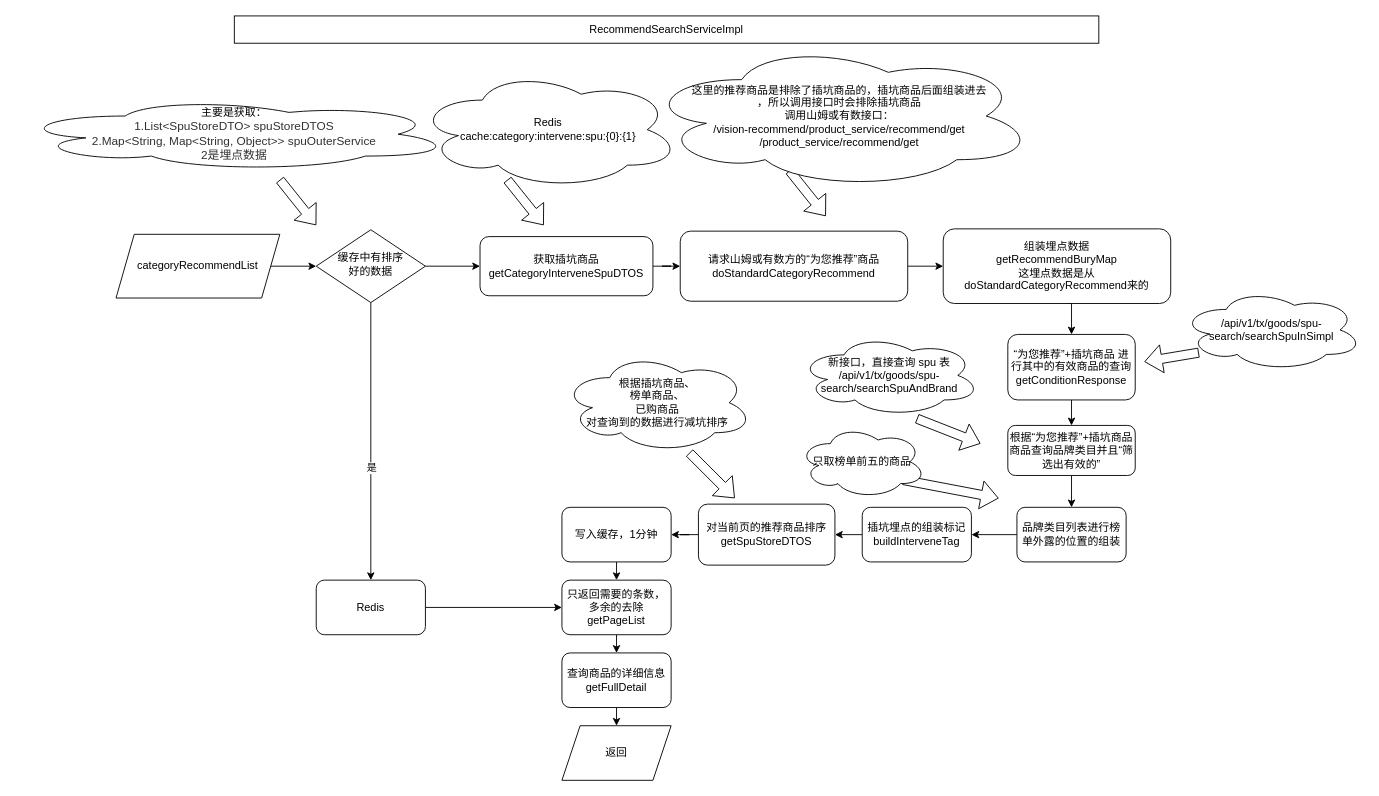
Before: api/v1/sams/goods-sr-portal/categoryRecommendList/categoryRecommendList.drawio in xiehaixin/diagram-images, a draw.io diagram. Source tidied: cells renumbered, new cells numbered last; positions are measured from the earlier drawing's top-left corner, leaving out a move shared by most shapes. Both pictures are drawn from the tidied source at 91%, with x=0, y=0 at pixel (15, 15).
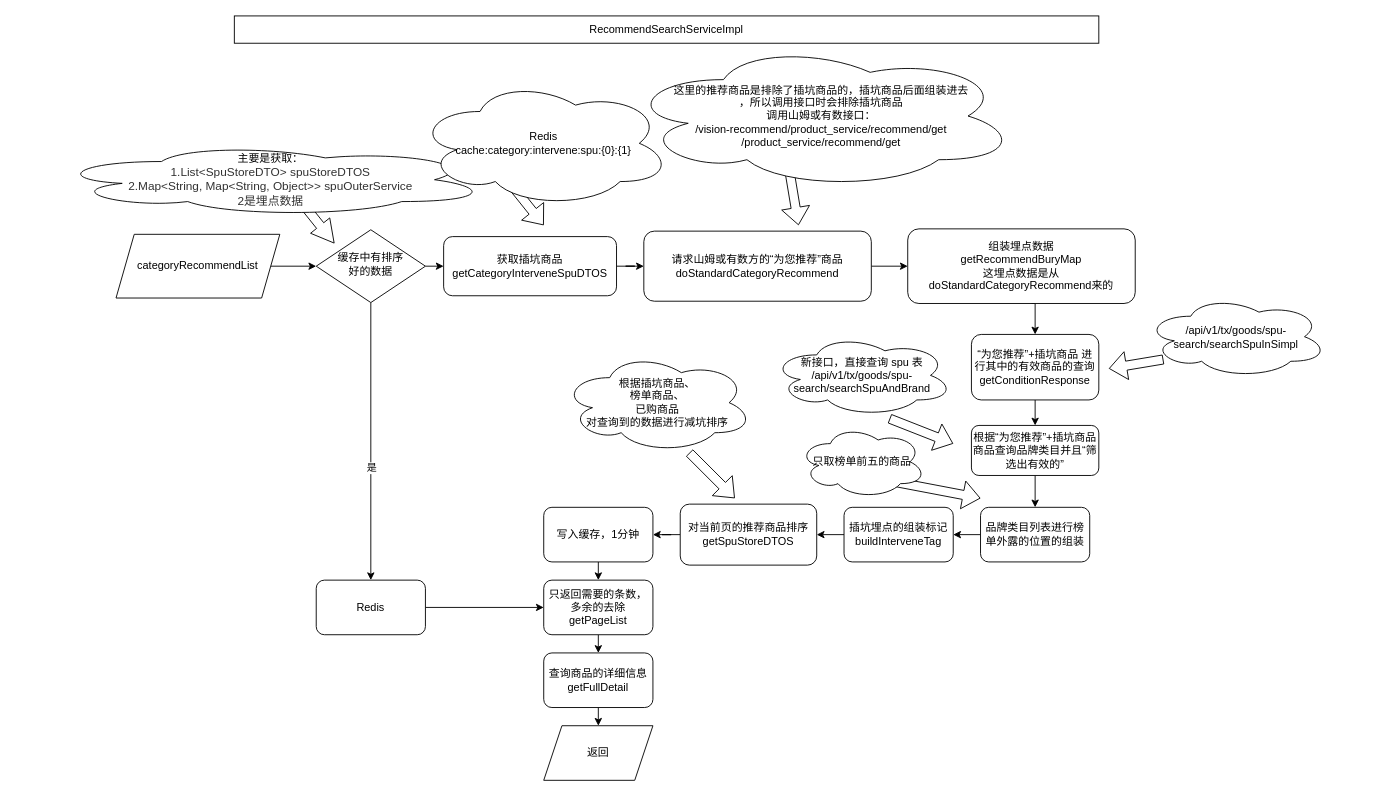
After the change.

What changed in the source:
```diff
@@
-    <mxCell id="8" value="主要是获取：&lt;div style=&quot;resize: none; outline: none; font-size: 13px; color: rgb(50, 50, 50); font-family: 微软雅黑;&quot;&gt;1.List&amp;lt;SpuStoreDTO&amp;gt;&amp;nbsp;spuStoreDTOS&lt;/div&gt;&lt;div style=&quot;resize: none; outline: none; font-size: 13px; color: rgb(50, 50, 50); font-family: 微软雅黑;&quot;&gt;2.Map&amp;lt;String,&amp;nbsp;Map&amp;lt;String,&amp;nbsp;Object&amp;gt;&amp;gt;&amp;nbsp;spuOuterService&lt;/div&gt;&lt;div style=&quot;resize: none; outline: none; font-size: 13px; color: rgb(50, 50, 50); font-family: 微软雅黑;&quot;&gt;2是埋点数据&lt;/div&gt;" style="ellipse;shape=cloud;whiteSpace=wrap;html=1;" parent="1" vertex="1">
-      <mxGeometry y="90" width="480" height="80" as="geometry" />
-    </mxCell>
-    <mxCell id="9" style="shape=flexArrow;endArrow=classic;html=1;rounded=0;" parent="1" edge="1">
+    <mxCell id="9" style="shape=flexArrow;endArrow=classic;html=1;rounded=0;endWidth=16;endSize=7.87;" parent="1" edge="1">
       <mxGeometry relative="1" as="geometry">
-        <mxPoint x="290" y="180" as="sourcePoint" />
-        <mxPoint x="330" y="230" as="targetPoint" />
+        <mxPoint x="310" y="200" as="sourcePoint" />
+        <mxPoint x="350" y="250" as="targetPoint" />
       </mxGeometry>
     </mxCell>
@@
     <mxCell id="13" value="&lt;div&gt;获取插坑商品&lt;/div&gt;&lt;div&gt;getCategoryInterveneSpuDTOS&lt;/div&gt;" style="rounded=1;whiteSpace=wrap;html=1;" parent="1" vertex="1">
-      <mxGeometry x="510" y="242.5" width="190" height="65" as="geometry" />
+      <mxGeometry x="470" y="242.5" width="190" height="65" as="geometry" />
     </mxCell>
-    <mxCell id="14" value="&lt;div&gt;Redis&lt;/div&gt;cache:category:intervene:spu:{0}:{1}" style="ellipse;shape=cloud;whiteSpace=wrap;html=1;" parent="1" vertex="1">
-      <mxGeometry x="440" y="60" width="290" height="130" as="geometry" />
-    </mxCell>
@@
     <mxCell id="17" value="&lt;div&gt;请求山姆或有数方的“为您推荐”商品&lt;/div&gt;&lt;div&gt;doStandardCategoryRecommend&lt;/div&gt;" style="rounded=1;whiteSpace=wrap;html=1;" parent="1" vertex="1">
-      <mxGeometry x="730" y="236.5" width="250" height="77" as="geometry" />
+      <mxGeometry x="690" y="236.5" width="250" height="77" as="geometry" />
     </mxCell>
     <mxCell id="18" style="shape=flexArrow;endArrow=classic;html=1;rounded=0;" parent="1" edge="1">
       <mxGeometry relative="1" as="geometry">
         <mxPoint x="850" y="170" as="sourcePoint" />
-        <mxPoint x="890" y="220" as="targetPoint" />
+        <mxPoint x="860" y="230" as="targetPoint" />
       </mxGeometry>
     </mxCell>
@@
     <mxCell id="20" value="&lt;div&gt;组装埋点数据&lt;/div&gt;&lt;div&gt;getRecommendBuryMap&lt;/div&gt;&lt;div&gt;这埋点数据是从doStandardCategoryRecommend来的&lt;/div&gt;" style="rounded=1;whiteSpace=wrap;html=1;" parent="1" vertex="1">
-      <mxGeometry x="1019" y="234" width="250" height="82" as="geometry" />
+      <mxGeometry x="980" y="234" width="250" height="82" as="geometry" />
     </mxCell>
@@
     <mxCell id="22" value="&lt;div&gt;“为您推荐”+插坑商品 进行其中的有效商品的查询&lt;/div&gt;&lt;div&gt;getConditionResponse&lt;/div&gt;" style="rounded=1;whiteSpace=wrap;html=1;" parent="1" vertex="1">
-      <mxGeometry x="1090" y="350" width="140" height="72" as="geometry" />
+      <mxGeometry x="1050" y="350" width="140" height="72" as="geometry" />
     </mxCell>
@@
     <mxCell id="24" value="根据“为您推荐”+插坑商品商品查询品牌类目并且“筛选出有效的”" style="rounded=1;whiteSpace=wrap;html=1;" parent="1" vertex="1">
-      <mxGeometry x="1090" y="450" width="140" height="55" as="geometry" />
+      <mxGeometry x="1050" y="450" width="140" height="55" as="geometry" />
     </mxCell>
@@
     <mxCell id="26" value="品牌类目列表进行榜单外露的位置的组装" style="rounded=1;whiteSpace=wrap;html=1;" parent="1" vertex="1">
-      <mxGeometry x="1100" y="540" width="120" height="60" as="geometry" />
+      <mxGeometry x="1060" y="540" width="120" height="60" as="geometry" />
     </mxCell>
@@
     <mxCell id="28" value="&lt;div&gt;插坑埋点的组装标记&lt;/div&gt;&lt;div&gt;buildInterveneTag&lt;/div&gt;" style="rounded=1;whiteSpace=wrap;html=1;" parent="1" vertex="1">
-      <mxGeometry x="930" y="540" width="120" height="60" as="geometry" />
+      <mxGeometry x="910" y="540" width="120" height="60" as="geometry" />
     </mxCell>
@@
     <mxCell id="30" value="&lt;div&gt;对当前页的推荐商品排序&lt;/div&gt;&lt;div&gt;getSpuStoreDTOS&lt;/div&gt;" style="rounded=1;whiteSpace=wrap;html=1;" parent="1" vertex="1">
-      <mxGeometry x="750" y="536.5" width="150" height="67" as="geometry" />
+      <mxGeometry x="730" y="536.5" width="150" height="67" as="geometry" />
     </mxCell>
     <mxCell id="31" value="新接口，直接查询 spu 表&lt;br&gt;/api/v1/tx/goods/spu-search/searchSpuAndBrand" style="ellipse;shape=cloud;whiteSpace=wrap;html=1;" parent="1" vertex="1">
-      <mxGeometry x="860" y="350" width="200" height="90" as="geometry" />
+      <mxGeometry x="830" y="350" width="200" height="90" as="geometry" />
     </mxCell>
     <mxCell id="32" style="shape=flexArrow;endArrow=classic;html=1;rounded=0;" parent="1" edge="1">
       <mxGeometry relative="1" as="geometry">
-        <mxPoint x="990" y="442.5" as="sourcePoint" />
-        <mxPoint x="1060" y="470" as="targetPoint" />
+        <mxPoint x="960" y="442.5" as="sourcePoint" />
+        <mxPoint x="1030" y="470" as="targetPoint" />
       </mxGeometry>
     </mxCell>
     <mxCell id="33" style="shape=flexArrow;endArrow=classic;html=1;rounded=0;" parent="1" edge="1">
       <mxGeometry relative="1" as="geometry">
-        <mxPoint x="975" y="510" as="sourcePoint" />
-        <mxPoint x="1080" y="530" as="targetPoint" />
+        <mxPoint x="955" y="510" as="sourcePoint" />
+        <mxPoint x="1060" y="530" as="targetPoint" />
       </mxGeometry>
     </mxCell>
@@
-    <mxCell id="35" style="edgeStyle=orthogonalEdgeStyle;rounded=0;jettySize=auto;html=1;exitX=0.5;exitY=1;exitDx=0;exitDy=0;entryX=0.5;entryY=0;entryDx=0;entryDy=0;" parent="1" edge="1" source="36" target="43">
-      <mxGeometry relative="1" as="geometry" />
+    <mxCell id="35" style="edgeStyle=orthogonalEdgeStyle;rounded=0;jettySize=auto;html=1;exitX=0.5;exitY=1;exitDx=0;exitDy=0;entryX=0.5;entryY=0;entryDx=0;entryDy=0;" parent="1" edge="1" source="36">
+      <mxGeometry relative="1" as="geometry">
+        <mxPoint x="640" y="620" as="targetPoint" />
+      </mxGeometry>
     </mxCell>
     <mxCell id="36" value="写入缓存，1分钟" style="rounded=1;whiteSpace=wrap;html=1;" parent="1" vertex="1">
-      <mxGeometry x="600" y="540" width="120" height="60" as="geometry" />
+      <mxGeometry x="580" y="540" width="120" height="60" as="geometry" />
     </mxCell>
     <mxCell id="37" value="返回" style="shape=parallelogram;perimeter=parallelogramPerimeter;whiteSpace=wrap;html=1;fixedSize=1;" parent="1" vertex="1">
-      <mxGeometry x="600" y="780" width="120" height="60" as="geometry" />
+      <mxGeometry x="580" y="780" width="120" height="60" as="geometry" />
     </mxCell>
@@
     <mxCell id="39" style="shape=flexArrow;endArrow=classic;html=1;rounded=0;" parent="1" edge="1">
       <mxGeometry relative="1" as="geometry">
-        <mxPoint x="1300" y="370" as="sourcePoint" />
-        <mxPoint x="1240" y="380" as="targetPoint" />
+        <mxPoint x="1261" y="377.5" as="sourcePoint" />
+        <mxPoint x="1201" y="387.5" as="targetPoint" />
       </mxGeometry>
     </mxCell>
     <mxCell id="40" value="/api/v1/tx/goods/spu-search/searchSpuInSimpl" style="ellipse;shape=cloud;whiteSpace=wrap;html=1;" parent="1" vertex="1">
-      <mxGeometry x="1280" y="300" width="200" height="90" as="geometry" />
+      <mxGeometry x="1241" y="307.5" width="200" height="90" as="geometry" />
     </mxCell>
     <mxCell id="41" value="&lt;div&gt;这里的推荐商品是排除了插坑商品的，插坑商品后面组装进去&lt;/div&gt;&lt;div&gt;，所以调用接口时会排除插坑商品&lt;/div&gt;&lt;div&gt;调用山姆或有数接口：&lt;/div&gt;&lt;div&gt;/vision-recommend/product_service/recommend/get&lt;/div&gt;&lt;div&gt;/product_service/recommend/get&lt;/div&gt;" style="ellipse;shape=cloud;whiteSpace=wrap;html=1;" parent="1" vertex="1">
-      <mxGeometry x="690" y="30" width="430" height="160" as="geometry" />
+      <mxGeometry x="670" y="30" width="430" height="160" as="geometry" />
     </mxCell>
@@
     <mxCell id="43" value="只返回需要的条数，多余的去除&lt;br&gt;getPageList" style="rounded=1;whiteSpace=wrap;html=1;" parent="1" vertex="1">
-      <mxGeometry x="600" y="620" width="120" height="60" as="geometry" />
+      <mxGeometry x="580" y="620" width="120" height="60" as="geometry" />
     </mxCell>
@@
     <mxCell id="45" value="查询商品的详细信息&lt;br&gt;getFullDetail" style="rounded=1;whiteSpace=wrap;html=1;" parent="1" vertex="1">
-      <mxGeometry x="600" y="700" width="120" height="60" as="geometry" />
+      <mxGeometry x="580" y="700" width="120" height="60" as="geometry" />
     </mxCell>
@@
+    <mxCell id="8" value="主要是获取：&lt;div style=&quot;resize: none; outline: none; font-size: 13px; color: rgb(50, 50, 50); font-family: 微软雅黑;&quot;&gt;1.List&amp;lt;SpuStoreDTO&amp;gt;&amp;nbsp;spuStoreDTOS&lt;/div&gt;&lt;div style=&quot;resize: none; outline: none; font-size: 13px; color: rgb(50, 50, 50); font-family: 微软雅黑;&quot;&gt;2.Map&amp;lt;String,&amp;nbsp;Map&amp;lt;String,&amp;nbsp;Object&amp;gt;&amp;gt;&amp;nbsp;spuOuterService&lt;/div&gt;&lt;div style=&quot;resize: none; outline: none; font-size: 13px; color: rgb(50, 50, 50); font-family: 微软雅黑;&quot;&gt;2是埋点数据&lt;/div&gt;" style="ellipse;shape=cloud;whiteSpace=wrap;html=1;" parent="1" vertex="1">
+      <mxGeometry x="40" y="140" width="480" height="80" as="geometry" />
+    </mxCell>
+    <mxCell id="14" value="&lt;div&gt;Redis&lt;/div&gt;cache:category:intervene:spu:{0}:{1}" style="ellipse;shape=cloud;whiteSpace=wrap;html=1;" parent="1" vertex="1">
+      <mxGeometry x="440" y="70" width="280" height="140" as="geometry" />
+    </mxCell>
```
